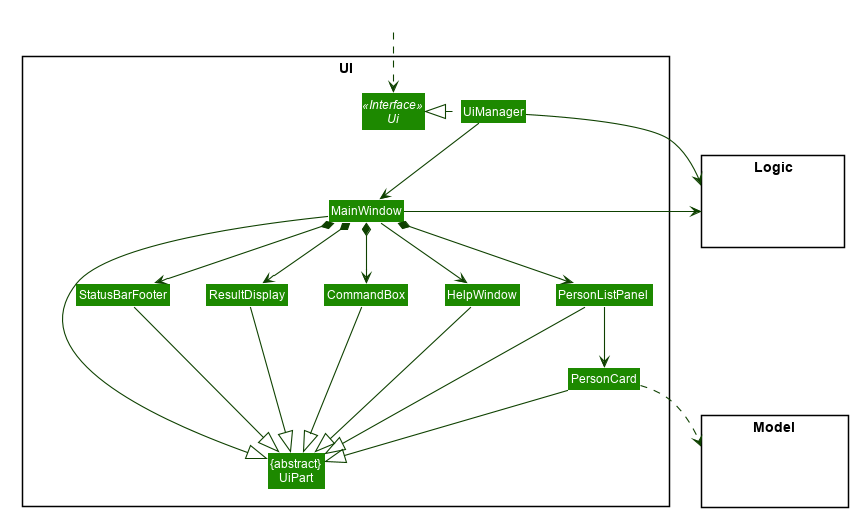
Earlier version of the PlantUML export docs/images/UiClassDiagram.png (nus-cs2103-AY1920S1/addressbook-level3).
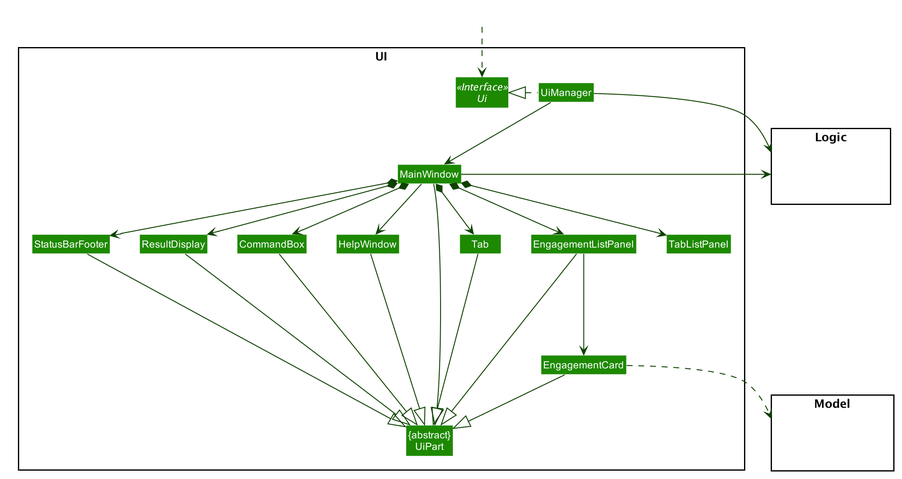
The same file after the commit.

Commit message:
Update UI UML class diagram

The edit, as a diff of the source:
```diff
@@ -1,4 +1,6 @@
 @startuml
+
+
 
 
 
@@ -58,10 +60,12 @@
 Class MainWindow
 Class HelpWindow
 Class ResultDisplay
-Class PersonListPanel
-Class PersonCard
+Class EngagementListPanel
+Class EngagementCard
 Class StatusBarFooter
 Class CommandBox
+Class Tab
+Class TabListPanel
 }
 
 package Model <<Rectangle>> {
@@ -80,25 +84,28 @@
 MainWindow --> HelpWindow
 MainWindow *-down-> CommandBox
 MainWindow *-down-> ResultDisplay
-MainWindow *-down-> PersonListPanel
+MainWindow *-down-> EngagementListPanel
 MainWindow *-down-> StatusBarFooter
-
-PersonListPanel -down-> PersonCard
+MainWindow *-down-> Tab
+MainWindow *-down-> TabListPanel
 
 MainWindow -left-|> UiPart
 
 ResultDisplay --|> UiPart
 CommandBox --|> UiPart
-PersonListPanel --|> UiPart
-PersonCard --|> UiPart
+EngagementListPanel --|> UiPart
+EngagementCard --|> UiPart
 StatusBarFooter --|> UiPart
-HelpWindow -down-|> UiPart
+HelpWindow -down---|> UiPart
+Tab -down---|> UiPart
 
-PersonCard ..> Model
+EngagementListPanel --> EngagementCard
+
+EngagementCard ..> Model
 UiManager -right-> Logic
 MainWindow -left-> Logic
 
-PersonListPanel -[hidden]left- HelpWindow
+EngagementListPanel -[hidden]left- HelpWindow
 HelpWindow -[hidden]left- CommandBox
 CommandBox -[hidden]left- ResultDisplay
 ResultDisplay -[hidden]left- StatusBarFooter
```
